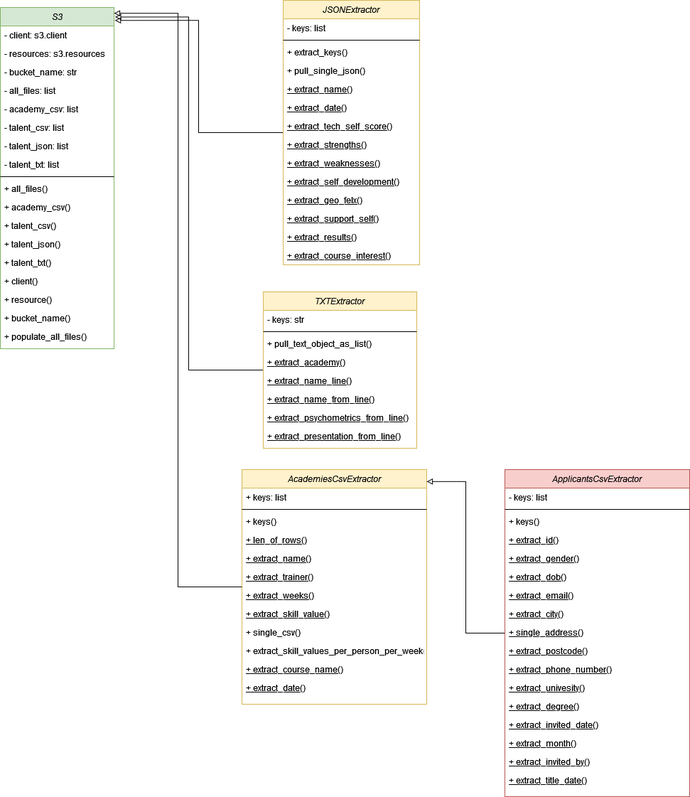
Earlier version of the draw.io export planning/Untitled Diagram.drawio.png (rfabijan/Data24_FinalProject). Source tidied: cells renumbered, new cells last; positions are measured from the earlier drawing's top-left corner, leaving out a move shared by most shapes.
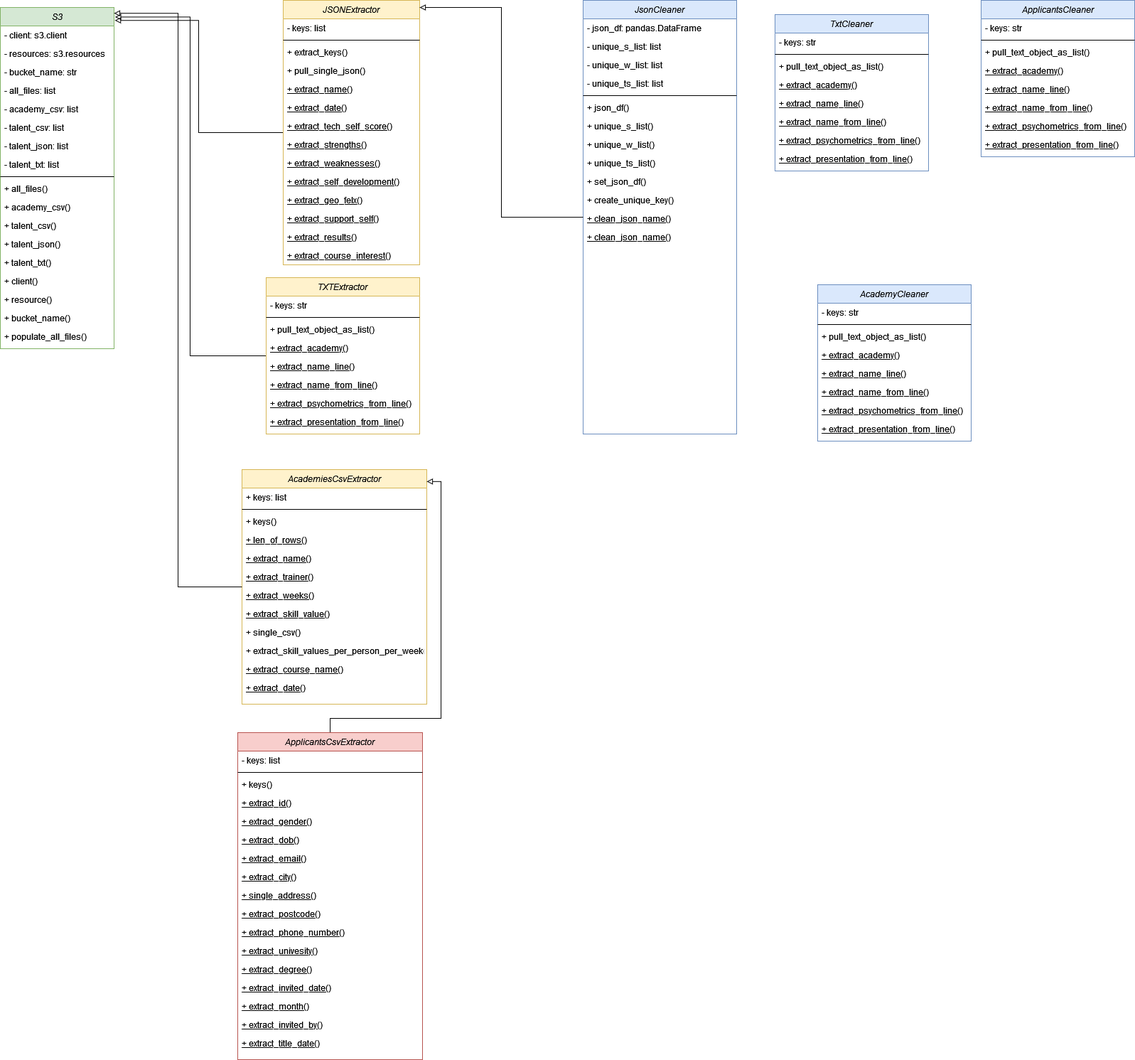
After the change.

Diff of the diagram source:
```diff
@@ -111,7 +111,7 @@
       <mxGeometry relative="1" as="geometry" />
     </mxCell>
     <mxCell id="38" value="TXTExtractor" style="swimlane;fontStyle=2;align=center;verticalAlign=top;horizontal=1;startSize=26;rounded=0;shadow=0;strokeWidth=1;fillColor=#fff2cc;strokeColor=#d6b656;swimlaneFillColor=default;" parent="1" vertex="1">
-      <mxGeometry x="370" y="410" width="216" height="220" as="geometry" />
+      <mxGeometry x="374" y="390" width="216" height="220" as="geometry" />
     </mxCell>
     <mxCell id="39" value="- keys: str" style="text;align=left;verticalAlign=top;spacingLeft=4;spacingRight=4;overflow=hidden;" parent="38" vertex="1">
       <mxGeometry y="26" width="216" height="26" as="geometry" />
@@ -180,7 +180,7 @@
       <mxGeometry relative="1" as="geometry" />
     </mxCell>
     <mxCell id="61" value="ApplicantsCsvExtractor" style="swimlane;fontStyle=2;align=center;verticalAlign=top;horizontal=1;startSize=26;rounded=0;shadow=0;strokeWidth=1;fillColor=#f8cecc;strokeColor=#b85450;swimlaneFillColor=default;" parent="1" vertex="1">
-      <mxGeometry x="710" y="660" width="260" height="460" as="geometry" />
+      <mxGeometry x="334" y="1030" width="260" height="460" as="geometry" />
     </mxCell>
     <mxCell id="62" value="- keys: list" style="text;align=left;verticalAlign=top;spacingLeft=4;spacingRight=4;overflow=hidden;" parent="61" vertex="1">
       <mxGeometry y="26" width="260" height="26" as="geometry" />
@@ -241,5 +241,131 @@
         </Array>
       </mxGeometry>
     </mxCell>
+    <mxCell id="80" value="JsonCleaner" style="swimlane;fontStyle=2;align=center;verticalAlign=top;horizontal=1;startSize=26;rounded=0;shadow=0;strokeWidth=1;fillColor=#dae8fc;strokeColor=#6c8ebf;swimlaneFillColor=default;" parent="1" vertex="1">
+      <mxGeometry x="820" width="216" height="610" as="geometry" />
+    </mxCell>
+    <mxCell id="81" value="- json_df: pandas.DataFrame&#10;" style="text;align=left;verticalAlign=top;spacingLeft=4;spacingRight=4;overflow=hidden;" parent="80" vertex="1">
+      <mxGeometry y="26" width="216" height="26" as="geometry" />
+    </mxCell>
+    <mxCell id="82" value="- unique_s_list: list&#10;" style="text;align=left;verticalAlign=top;spacingLeft=4;spacingRight=4;overflow=hidden;" parent="80" vertex="1">
+      <mxGeometry y="52" width="216" height="26" as="geometry" />
+    </mxCell>
+    <mxCell id="83" value="- unique_w_list: list&#10;" style="text;align=left;verticalAlign=top;spacingLeft=4;spacingRight=4;overflow=hidden;" parent="80" vertex="1">
+      <mxGeometry y="78" width="216" height="26" as="geometry" />
+    </mxCell>
+    <mxCell id="84" value="- unique_ts_list: list&#10;" style="text;align=left;verticalAlign=top;spacingLeft=4;spacingRight=4;overflow=hidden;" parent="80" vertex="1">
+      <mxGeometry y="104" width="216" height="26" as="geometry" />
+    </mxCell>
+    <mxCell id="85" style="line;strokeWidth=1;fillColor=none;align=left;verticalAlign=middle;spacingTop=-1;spacingLeft=3;spacingRight=3;labelPosition=right;" parent="80" vertex="1">
+      <mxGeometry y="130" width="216" height="8" as="geometry" />
+    </mxCell>
+    <mxCell id="86" value="+ json_df()" style="text;align=left;verticalAlign=top;spacingLeft=4;spacingRight=4;overflow=hidden;" parent="80" vertex="1">
+      <mxGeometry y="138" width="216" height="26" as="geometry" />
+    </mxCell>
+    <mxCell id="87" value="+ unique_s_list()" style="text;align=left;verticalAlign=top;spacingLeft=4;spacingRight=4;overflow=hidden;" parent="80" vertex="1">
+      <mxGeometry y="164" width="216" height="26" as="geometry" />
+    </mxCell>
+    <mxCell id="88" value="+ unique_w_list()" style="text;align=left;verticalAlign=top;spacingLeft=4;spacingRight=4;overflow=hidden;" parent="80" vertex="1">
+      <mxGeometry y="190" width="216" height="26" as="geometry" />
+    </mxCell>
+    <mxCell id="89" value="+ unique_ts_list()" style="text;align=left;verticalAlign=top;spacingLeft=4;spacingRight=4;overflow=hidden;" parent="80" vertex="1">
+      <mxGeometry y="216" width="216" height="26" as="geometry" />
+    </mxCell>
+    <mxCell id="90" value="+ set_json_df()" style="text;align=left;verticalAlign=top;spacingLeft=4;spacingRight=4;overflow=hidden;" parent="80" vertex="1">
+      <mxGeometry y="242" width="216" height="26" as="geometry" />
+    </mxCell>
+    <mxCell id="91" value="+ create_unique_key()" style="text;align=left;verticalAlign=top;spacingLeft=4;spacingRight=4;overflow=hidden;" parent="80" vertex="1">
+      <mxGeometry y="268" width="216" height="26" as="geometry" />
+    </mxCell>
+    <mxCell id="92" value="+ clean_json_name()" style="text;align=left;verticalAlign=top;spacingLeft=4;spacingRight=4;overflow=hidden;fontStyle=4;" parent="80" vertex="1">
+      <mxGeometry y="294" width="216" height="26" as="geometry" />
+    </mxCell>
+    <mxCell id="93" value="+ clean_json_name()" style="text;align=left;verticalAlign=top;spacingLeft=4;spacingRight=4;overflow=hidden;fontStyle=4;" parent="80" vertex="1">
+      <mxGeometry y="320" width="216" height="26" as="geometry" />
+    </mxCell>
+    <mxCell id="94" value="ApplicantsCleaner" style="swimlane;fontStyle=2;align=center;verticalAlign=top;horizontal=1;startSize=26;rounded=0;shadow=0;strokeWidth=1;fillColor=#dae8fc;strokeColor=#6c8ebf;swimlaneFillColor=default;" parent="1" vertex="1">
+      <mxGeometry x="1380" width="216" height="220" as="geometry" />
+    </mxCell>
+    <mxCell id="95" value="- keys: str" style="text;align=left;verticalAlign=top;spacingLeft=4;spacingRight=4;overflow=hidden;" parent="94" vertex="1">
+      <mxGeometry y="26" width="216" height="26" as="geometry" />
+    </mxCell>
+    <mxCell id="96" style="line;strokeWidth=1;fillColor=none;align=left;verticalAlign=middle;spacingTop=-1;spacingLeft=3;spacingRight=3;labelPosition=right;" parent="94" vertex="1">
+      <mxGeometry y="52" width="216" height="8" as="geometry" />
+    </mxCell>
+    <mxCell id="97" value="+ pull_text_object_as_list()" style="text;align=left;verticalAlign=top;spacingLeft=4;spacingRight=4;overflow=hidden;rounded=0;shadow=0;html=0;" parent="94" vertex="1">
+      <mxGeometry y="60" width="216" height="26" as="geometry" />
+    </mxCell>
+    <mxCell id="98" value="+ extract_academy()" style="text;align=left;verticalAlign=top;spacingLeft=4;spacingRight=4;overflow=hidden;rounded=0;shadow=0;html=0;fontStyle=4;" parent="94" vertex="1">
+      <mxGeometry y="86" width="216" height="26" as="geometry" />
+    </mxCell>
+    <mxCell id="99" value="+ extract_name_line()" style="text;align=left;verticalAlign=top;spacingLeft=4;spacingRight=4;overflow=hidden;rounded=0;shadow=0;html=0;fontStyle=4;" parent="94" vertex="1">
+      <mxGeometry y="112" width="216" height="26" as="geometry" />
+    </mxCell>
+    <mxCell id="100" value="+ extract_name_from_line()" style="text;align=left;verticalAlign=top;spacingLeft=4;spacingRight=4;overflow=hidden;rounded=0;shadow=0;html=0;fontStyle=4;" parent="94" vertex="1">
+      <mxGeometry y="138" width="216" height="26" as="geometry" />
+    </mxCell>
+    <mxCell id="101" value="+ extract_psychometrics_from_line()" style="text;align=left;verticalAlign=top;spacingLeft=4;spacingRight=4;overflow=hidden;rounded=0;shadow=0;html=0;fontStyle=4;" parent="94" vertex="1">
+      <mxGeometry y="164" width="216" height="26" as="geometry" />
+    </mxCell>
+    <mxCell id="102" value="+ extract_presentation_from_line()" style="text;align=left;verticalAlign=top;spacingLeft=4;spacingRight=4;overflow=hidden;rounded=0;shadow=0;html=0;fontStyle=4;" parent="94" vertex="1">
+      <mxGeometry y="190" width="216" height="26" as="geometry" />
+    </mxCell>
+    <mxCell id="103" value="TxtCleaner" style="swimlane;fontStyle=2;align=center;verticalAlign=top;horizontal=1;startSize=26;rounded=0;shadow=0;strokeWidth=1;fillColor=#dae8fc;strokeColor=#6c8ebf;swimlaneFillColor=default;" parent="1" vertex="1">
+      <mxGeometry x="1090" y="20" width="216" height="220" as="geometry" />
+    </mxCell>
+    <mxCell id="104" value="- keys: str" style="text;align=left;verticalAlign=top;spacingLeft=4;spacingRight=4;overflow=hidden;" parent="103" vertex="1">
+      <mxGeometry y="26" width="216" height="26" as="geometry" />
+    </mxCell>
+    <mxCell id="105" style="line;strokeWidth=1;fillColor=none;align=left;verticalAlign=middle;spacingTop=-1;spacingLeft=3;spacingRight=3;labelPosition=right;" parent="103" vertex="1">
+      <mxGeometry y="52" width="216" height="8" as="geometry" />
+    </mxCell>
+    <mxCell id="106" value="+ pull_text_object_as_list()" style="text;align=left;verticalAlign=top;spacingLeft=4;spacingRight=4;overflow=hidden;rounded=0;shadow=0;html=0;" parent="103" vertex="1">
+      <mxGeometry y="60" width="216" height="26" as="geometry" />
+    </mxCell>
+    <mxCell id="107" value="+ extract_academy()" style="text;align=left;verticalAlign=top;spacingLeft=4;spacingRight=4;overflow=hidden;rounded=0;shadow=0;html=0;fontStyle=4;" parent="103" vertex="1">
+      <mxGeometry y="86" width="216" height="26" as="geometry" />
+    </mxCell>
+    <mxCell id="108" value="+ extract_name_line()" style="text;align=left;verticalAlign=top;spacingLeft=4;spacingRight=4;overflow=hidden;rounded=0;shadow=0;html=0;fontStyle=4;" parent="103" vertex="1">
+      <mxGeometry y="112" width="216" height="26" as="geometry" />
+    </mxCell>
+    <mxCell id="109" value="+ extract_name_from_line()" style="text;align=left;verticalAlign=top;spacingLeft=4;spacingRight=4;overflow=hidden;rounded=0;shadow=0;html=0;fontStyle=4;" parent="103" vertex="1">
+      <mxGeometry y="138" width="216" height="26" as="geometry" />
+    </mxCell>
+    <mxCell id="110" value="+ extract_psychometrics_from_line()" style="text;align=left;verticalAlign=top;spacingLeft=4;spacingRight=4;overflow=hidden;rounded=0;shadow=0;html=0;fontStyle=4;" parent="103" vertex="1">
+      <mxGeometry y="164" width="216" height="26" as="geometry" />
+    </mxCell>
+    <mxCell id="111" value="+ extract_presentation_from_line()" style="text;align=left;verticalAlign=top;spacingLeft=4;spacingRight=4;overflow=hidden;rounded=0;shadow=0;html=0;fontStyle=4;" parent="103" vertex="1">
+      <mxGeometry y="190" width="216" height="26" as="geometry" />
+    </mxCell>
+    <mxCell id="112" value="AcademyCleaner" style="swimlane;fontStyle=2;align=center;verticalAlign=top;horizontal=1;startSize=26;rounded=0;shadow=0;strokeWidth=1;fillColor=#dae8fc;strokeColor=#6c8ebf;swimlaneFillColor=default;" parent="1" vertex="1">
+      <mxGeometry x="1150" y="400" width="216" height="220" as="geometry" />
+    </mxCell>
+    <mxCell id="113" value="- keys: str" style="text;align=left;verticalAlign=top;spacingLeft=4;spacingRight=4;overflow=hidden;" parent="112" vertex="1">
+      <mxGeometry y="26" width="216" height="26" as="geometry" />
+    </mxCell>
+    <mxCell id="114" style="line;strokeWidth=1;fillColor=none;align=left;verticalAlign=middle;spacingTop=-1;spacingLeft=3;spacingRight=3;labelPosition=right;" parent="112" vertex="1">
+      <mxGeometry y="52" width="216" height="8" as="geometry" />
+    </mxCell>
+    <mxCell id="115" value="+ pull_text_object_as_list()" style="text;align=left;verticalAlign=top;spacingLeft=4;spacingRight=4;overflow=hidden;rounded=0;shadow=0;html=0;" parent="112" vertex="1">
+      <mxGeometry y="60" width="216" height="26" as="geometry" />
+    </mxCell>
+    <mxCell id="116" value="+ extract_academy()" style="text;align=left;verticalAlign=top;spacingLeft=4;spacingRight=4;overflow=hidden;rounded=0;shadow=0;html=0;fontStyle=4;" parent="112" vertex="1">
+      <mxGeometry y="86" width="216" height="26" as="geometry" />
+    </mxCell>
+    <mxCell id="117" value="+ extract_name_line()" style="text;align=left;verticalAlign=top;spacingLeft=4;spacingRight=4;overflow=hidden;rounded=0;shadow=0;html=0;fontStyle=4;" parent="112" vertex="1">
+      <mxGeometry y="112" width="216" height="26" as="geometry" />
+    </mxCell>
+    <mxCell id="118" value="+ extract_name_from_line()" style="text;align=left;verticalAlign=top;spacingLeft=4;spacingRight=4;overflow=hidden;rounded=0;shadow=0;html=0;fontStyle=4;" parent="112" vertex="1">
+      <mxGeometry y="138" width="216" height="26" as="geometry" />
+    </mxCell>
+    <mxCell id="119" value="+ extract_psychometrics_from_line()" style="text;align=left;verticalAlign=top;spacingLeft=4;spacingRight=4;overflow=hidden;rounded=0;shadow=0;html=0;fontStyle=4;" parent="112" vertex="1">
+      <mxGeometry y="164" width="216" height="26" as="geometry" />
+    </mxCell>
+    <mxCell id="120" value="+ extract_presentation_from_line()" style="text;align=left;verticalAlign=top;spacingLeft=4;spacingRight=4;overflow=hidden;rounded=0;shadow=0;html=0;fontStyle=4;" parent="112" vertex="1">
+      <mxGeometry y="190" width="216" height="26" as="geometry" />
+    </mxCell>
+    <mxCell id="121" style="edgeStyle=orthogonalEdgeStyle;rounded=0;jettySize=auto;html=1;fontFamily=Tahoma;endArrow=block;endFill=0;entryX=1;entryY=0.027;entryDx=0;entryDy=0;entryPerimeter=0;" parent="1" edge="1" source="80" target="22">
+      <mxGeometry relative="1" as="geometry" />
+    </mxCell>
   </root>
 </mxGraphModel>
```
